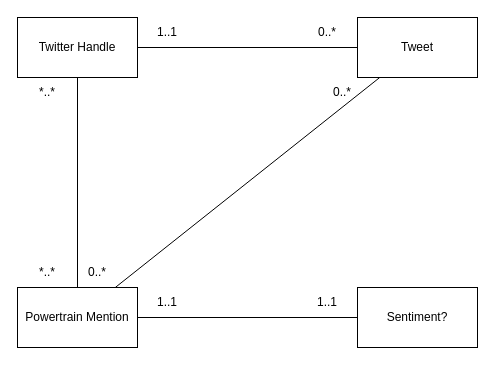
Earlier version of the draw.io diagram uml/relationships.drawio (agarcia169/4306-Donaldson-Project). Source tidied: cells renumbered, new cells numbered last; positions are measured from the earlier drawing's top-left corner, leaving out a move shared by most shapes. Both pictures are drawn from the tidied source at 100%, with x=0, y=0 at pixel (17, 17).
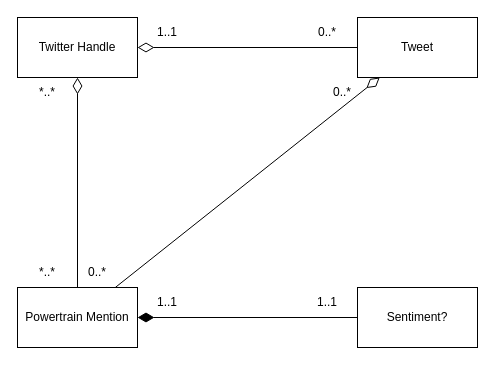
After the change.

What changed in the source:
```diff
@@
 <mxGraphModel>
   <root>
     <mxCell id="0" />
     <mxCell id="1" parent="0" />
-    <mxCell id="2" style="edgeStyle=orthogonalEdgeStyle;rounded=0;jettySize=auto;html=1;endArrow=none;endFill=0;" parent="1" edge="1" source="4" target="6">
+    <mxCell id="2" style="edgeStyle=orthogonalEdgeStyle;rounded=0;jettySize=auto;html=1;endArrow=none;endFill=0;startArrow=diamondThin;startFill=0;targetPerimeterSpacing=0;endSize=6;startSize=14;" parent="1" edge="1" source="4" target="6">
       <mxGeometry relative="1" as="geometry" />
     </mxCell>
-    <mxCell id="3" style="edgeStyle=none;rounded=0;jettySize=auto;html=1;endArrow=none;endFill=0;" parent="1" edge="1" source="4" target="8">
+    <mxCell id="3" style="edgeStyle=none;rounded=0;jettySize=auto;html=1;endArrow=none;endFill=0;startArrow=diamondThin;startFill=0;startSize=14;" parent="1" edge="1" source="4" target="8">
       <mxGeometry relative="1" as="geometry" />
     </mxCell>
     <mxCell id="4" value="Twitter Handle" style="rounded=0;whiteSpace=wrap;html=1;" parent="1" vertex="1">
       <mxGeometry width="120" height="60" as="geometry" />
     </mxCell>
-    <mxCell id="5" style="rounded=0;jettySize=auto;html=1;endArrow=none;endFill=0;" parent="1" edge="1" source="6" target="8">
+    <mxCell id="5" style="rounded=0;jettySize=auto;html=1;endArrow=none;endFill=0;startArrow=diamondThin;startFill=0;startSize=14;" parent="1" edge="1" source="6" target="8">
       <mxGeometry relative="1" as="geometry" />
     </mxCell>
     <mxCell id="6" value="Tweet" style="rounded=0;whiteSpace=wrap;html=1;" parent="1" vertex="1">
       <mxGeometry x="340" width="120" height="60" as="geometry" />
     </mxCell>
-    <mxCell id="7" style="edgeStyle=none;rounded=0;jettySize=auto;html=1;endArrow=none;endFill=0;" parent="1" edge="1" source="8" target="9">
+    <mxCell id="7" style="edgeStyle=none;rounded=0;jettySize=auto;html=1;endArrow=none;endFill=0;startArrow=diamondThin;startFill=1;startSize=14;" parent="1" edge="1" source="8" target="9">
       <mxGeometry relative="1" as="geometry" />
     </mxCell>
     <mxCell id="8" value="Powertrain Mention" style="rounded=0;whiteSpace=wrap;html=1;" parent="1" vertex="1">
       <mxGeometry y="270" width="120" height="60" as="geometry" />
     </mxCell>
     <mxCell id="9" value="Sentiment?" style="rounded=0;whiteSpace=wrap;html=1;" parent="1" vertex="1">
       <mxGeometry x="340" y="270" width="120" height="60" as="geometry" />
     </mxCell>
     <mxCell id="10" value="1..1" style="text;html=1;strokeColor=none;fillColor=none;align=center;verticalAlign=middle;whiteSpace=wrap;rounded=0;" parent="1" vertex="1">
       <mxGeometry x="120" width="60" height="30" as="geometry" />
     </mxCell>
     <mxCell id="11" value="0..*" style="text;html=1;strokeColor=none;fillColor=none;align=center;verticalAlign=middle;whiteSpace=wrap;rounded=0;" parent="1" vertex="1">
       <mxGeometry x="280" width="60" height="30" as="geometry" />
     </mxCell>
     <mxCell id="12" value="0..*" style="text;html=1;strokeColor=none;fillColor=none;align=center;verticalAlign=middle;whiteSpace=wrap;rounded=0;" parent="1" vertex="1">
       <mxGeometry x="295" y="60" width="60" height="30" as="geometry" />
     </mxCell>
     <mxCell id="13" value="0..*" style="text;html=1;strokeColor=none;fillColor=none;align=center;verticalAlign=middle;whiteSpace=wrap;rounded=0;" parent="1" vertex="1">
       <mxGeometry x="50" y="240" width="60" height="30" as="geometry" />
     </mxCell>
     <mxCell id="14" value="1..1" style="text;html=1;strokeColor=none;fillColor=none;align=center;verticalAlign=middle;whiteSpace=wrap;rounded=0;" parent="1" vertex="1">
       <mxGeometry x="120" y="270" width="60" height="30" as="geometry" />
     </mxCell>
     <mxCell id="15" value="1..1" style="text;html=1;strokeColor=none;fillColor=none;align=center;verticalAlign=middle;whiteSpace=wrap;rounded=0;" parent="1" vertex="1">
       <mxGeometry x="280" y="270" width="60" height="30" as="geometry" />
     </mxCell>
     <mxCell id="16" value="*..*" style="text;html=1;strokeColor=none;fillColor=none;align=center;verticalAlign=middle;whiteSpace=wrap;rounded=0;" parent="1" vertex="1">
       <mxGeometry y="240" width="60" height="30" as="geometry" />
     </mxCell>
     <mxCell id="17" value="*..*" style="text;html=1;strokeColor=none;fillColor=none;align=center;verticalAlign=middle;whiteSpace=wrap;rounded=0;" parent="1" vertex="1">
       <mxGeometry y="60" width="60" height="30" as="geometry" />
     </mxCell>
   </root>
 </mxGraphModel>
```
